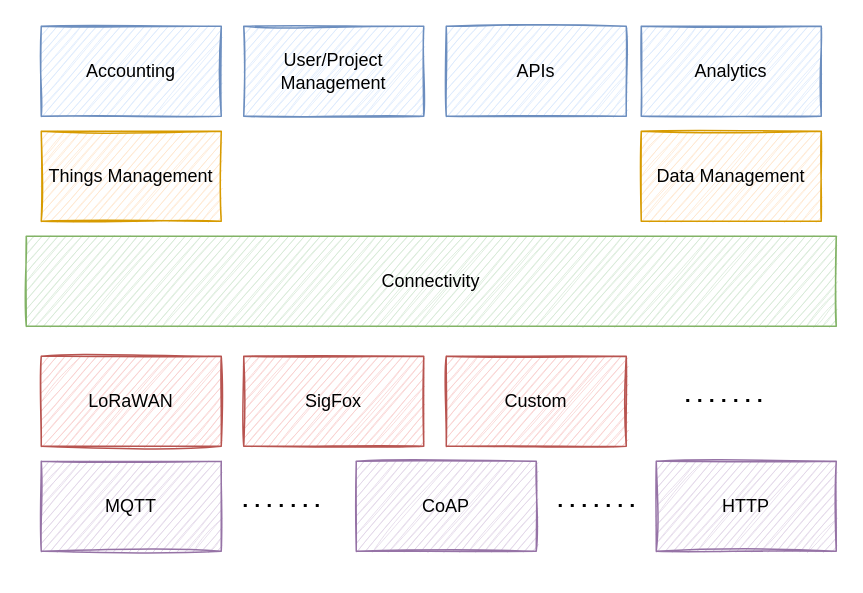
The draw.io diagram page "Platform" (2 of 2) of platform/diag/platform.drawio in citado/iot-lecture, before the edit. Source tidied: cells renumbered, new cells numbered last; positions are measured from the earlier drawing's top-left corner, leaving out a move shared by most shapes. Both pictures are drawn from the tidied source at 150%, with x=0, y=0 at pixel (26, 26).
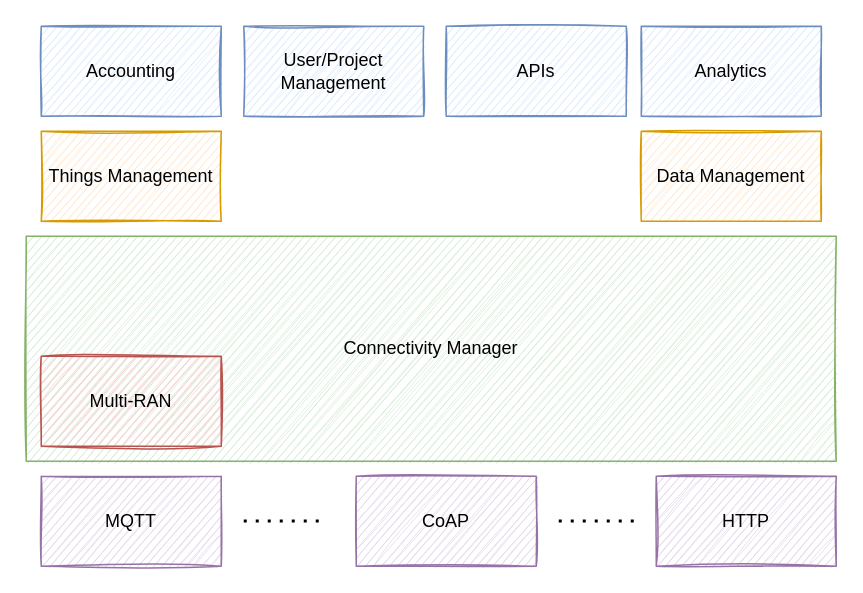
After the change.

Commit message:
feat: update platform diagram

What changed in the source:
```diff
@@
-    <mxCell id="2" value="Connectivity" style="whiteSpace=wrap;html=1;fillColor=#d5e8d4;strokeColor=#82b366;sketch=1;" parent="1" vertex="1">
-      <mxGeometry y="140" width="540" height="60" as="geometry" />
+    <mxCell id="2" value="Connectivity Manager" style="whiteSpace=wrap;html=1;fillColor=#d5e8d4;strokeColor=#82b366;sketch=1;" parent="1" vertex="1">
+      <mxGeometry y="140" width="540" height="150" as="geometry" />
     </mxCell>
@@
-    <mxCell id="9" value="LoRaWAN" style="rounded=0;whiteSpace=wrap;html=1;sketch=1;fillColor=#f8cecc;strokeColor=#b85450;" parent="1" vertex="1">
+    <mxCell id="9" value="Multi-RAN" style="rounded=0;whiteSpace=wrap;html=1;sketch=1;fillColor=#f8cecc;strokeColor=#b85450;" parent="1" vertex="1">
       <mxGeometry x="10" y="220" width="120" height="60" as="geometry" />
     </mxCell>
-    <mxCell id="10" value="SigFox" style="rounded=0;whiteSpace=wrap;html=1;sketch=1;fillColor=#f8cecc;strokeColor=#b85450;" parent="1" vertex="1">
-      <mxGeometry x="145" y="220" width="120" height="60" as="geometry" />
-    </mxCell>
-    <mxCell id="11" value="Custom" style="rounded=0;whiteSpace=wrap;html=1;sketch=1;fillColor=#f8cecc;strokeColor=#b85450;" parent="1" vertex="1">
-      <mxGeometry x="280" y="220" width="120" height="60" as="geometry" />
-    </mxCell>
     <mxCell id="12" value="MQTT" style="rounded=0;whiteSpace=wrap;html=1;sketch=1;fillColor=#e1d5e7;strokeColor=#9673a6;" parent="1" vertex="1">
-      <mxGeometry x="10" y="290" width="120" height="60" as="geometry" />
+      <mxGeometry x="10" y="300" width="120" height="60" as="geometry" />
     </mxCell>
     <mxCell id="13" value="HTTP" style="rounded=0;whiteSpace=wrap;html=1;sketch=1;fillColor=#e1d5e7;strokeColor=#9673a6;" parent="1" vertex="1">
-      <mxGeometry x="420" y="290" width="120" height="60" as="geometry" />
+      <mxGeometry x="420" y="300" width="120" height="60" as="geometry" />
     </mxCell>
     <mxCell id="14" value="CoAP" style="rounded=0;whiteSpace=wrap;html=1;sketch=1;fillColor=#e1d5e7;strokeColor=#9673a6;" parent="1" vertex="1">
-      <mxGeometry x="220" y="290" width="120" height="60" as="geometry" />
+      <mxGeometry x="220" y="300" width="120" height="60" as="geometry" />
     </mxCell>
-    <mxCell id="15" style="endArrow=none;dashed=1;html=1;dashPattern=1 3;strokeWidth=2;rounded=0;" parent="1" edge="1">
-      <mxGeometry relative="1" as="geometry">
-        <mxPoint x="440" y="249.5" as="sourcePoint" />
-        <mxPoint x="495" y="249.5" as="targetPoint" />
-      </mxGeometry>
-    </mxCell>
     <mxCell id="16" style="endArrow=none;dashed=1;html=1;dashPattern=1 3;strokeWidth=2;rounded=0;" parent="1" edge="1">
       <mxGeometry relative="1" as="geometry">
-        <mxPoint x="355" y="319.5" as="sourcePoint" />
-        <mxPoint x="410" y="319.5" as="targetPoint" />
+        <mxPoint x="355" y="329.8" as="sourcePoint" />
+        <mxPoint x="410" y="329.8" as="targetPoint" />
       </mxGeometry>
     </mxCell>
     <mxCell id="17" style="endArrow=none;dashed=1;html=1;dashPattern=1 3;strokeWidth=2;rounded=0;" parent="1" edge="1">
       <mxGeometry relative="1" as="geometry">
-        <mxPoint x="145" y="319.5" as="sourcePoint" />
-        <mxPoint x="200" y="319.5" as="targetPoint" />
+        <mxPoint x="145" y="329.8" as="sourcePoint" />
+        <mxPoint x="200" y="329.8" as="targetPoint" />
       </mxGeometry>
     </mxCell>
```
